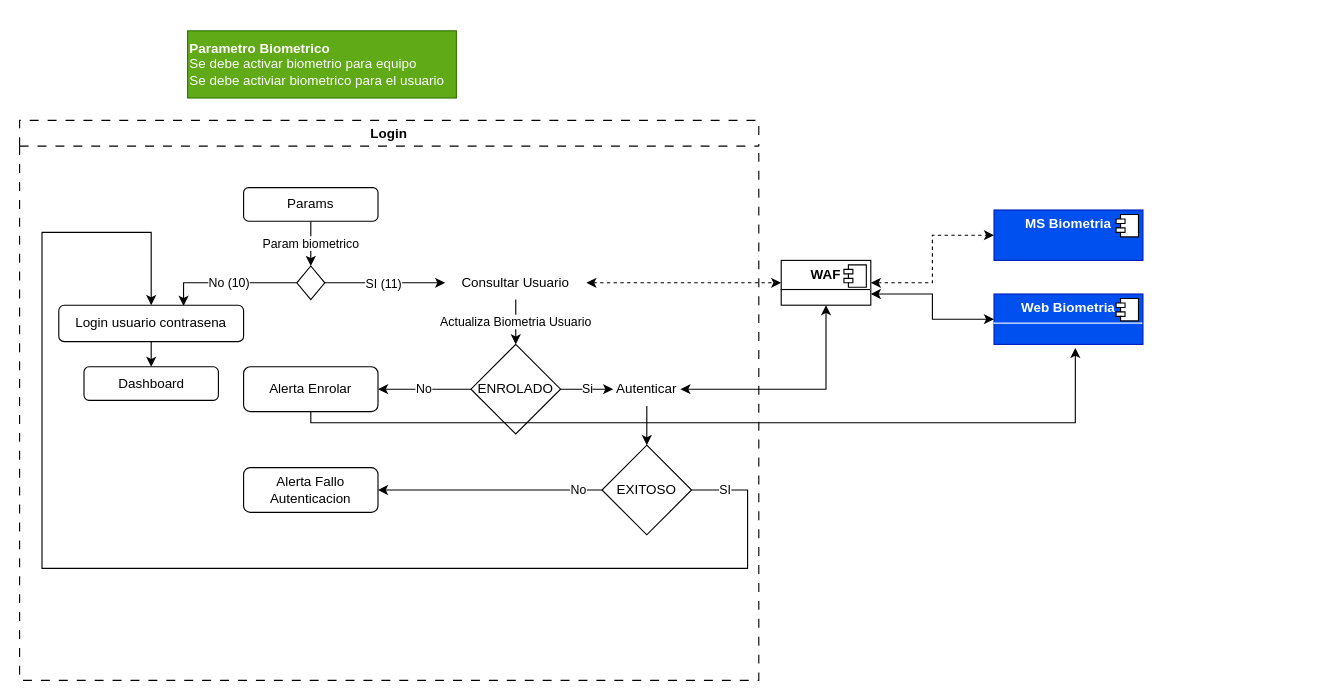
Earlier version of the draw.io diagram page "Login" (2 of 4) of Biometria.drawio (faberordonez1/diagramas). Source tidied: cells renumbered, new cells numbered last; positions are measured from the earlier drawing's top-left corner, leaving out a move shared by most shapes. Both pictures are drawn from the tidied source at 112%, with x=0, y=0 at pixel (19, 30).
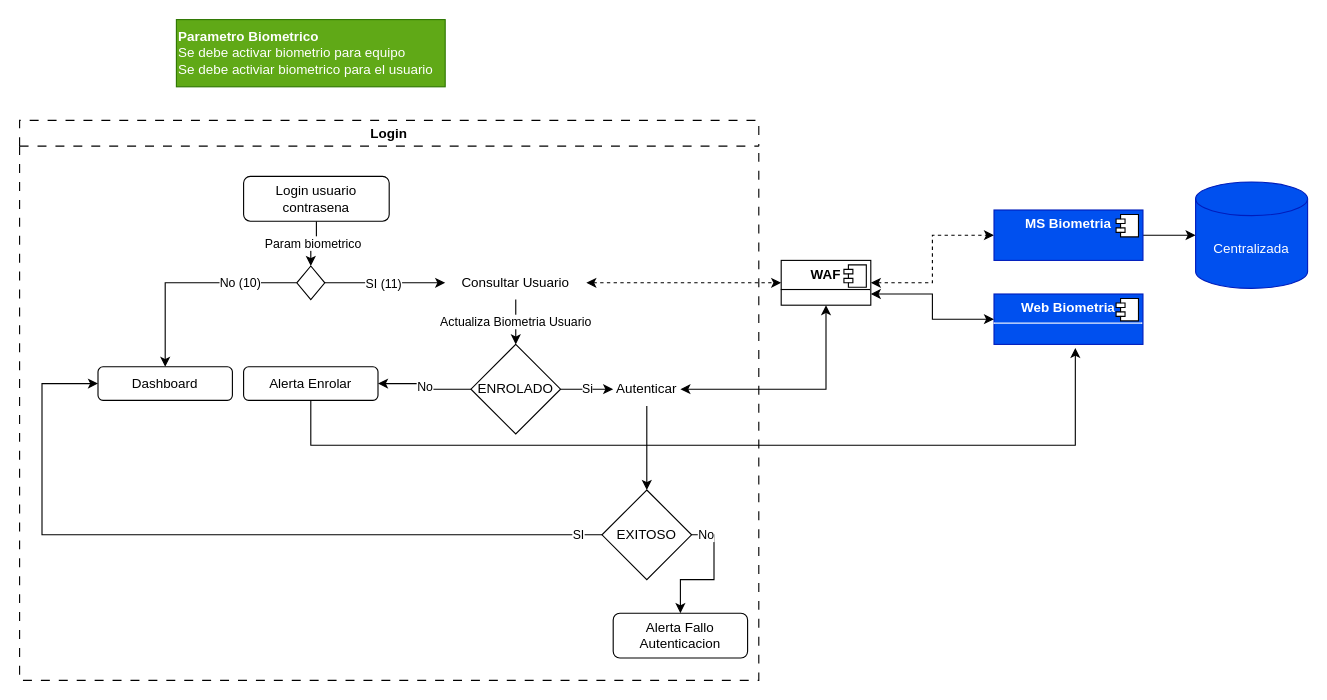
The same diagram, later.

The change refers to these unchanged cells:
```xml
<mxCell id="7" style="rhombus;whiteSpace=wrap;html=1;" parent="1" vertex="1">
  <mxGeometry x="247.5" y="210" width="25" height="30" as="geometry" />
</mxCell>
<mxCell id="10" value="&lt;p style=&quot;margin:0px;margin-top:6px;text-align:center;&quot;&gt;&lt;b&gt;Web Biometria&lt;/b&gt;&lt;/p&gt;&lt;hr size=&quot;1&quot; style=&quot;border-style:solid;&quot;&gt;&lt;p style=&quot;margin:0px;margin-left:8px;&quot;&gt;&lt;br&gt;&lt;/p&gt;" style="align=left;overflow=fill;html=1;whiteSpace=wrap;fillColor=#0050ef;fontColor=#ffffff;strokeColor=#001DBC;" parent="1" vertex="1">
  <mxGeometry x="870" y="235" width="133" height="45" as="geometry" />
</mxCell>
<mxCell id="18" value="&lt;p style=&quot;margin:0px;margin-top:6px;text-align:center;&quot;&gt;&lt;b&gt;MS Biometria&lt;/b&gt;&lt;/p&gt;" style="align=left;overflow=fill;html=1;whiteSpace=wrap;fillColor=#0050ef;fontColor=#ffffff;strokeColor=#001DBC;" parent="1" vertex="1">
  <mxGeometry x="870" y="160" width="133" height="45" as="geometry" />
</mxCell>
<mxCell id="34" value="Login" style="swimlane;whiteSpace=wrap;html=1;dashed=1;dashPattern=8 8;" parent="1" vertex="1">
  <mxGeometry y="80" width="660" height="500" as="geometry" />
</mxCell>
```

Diff of the diagram source:
```diff
@@
-    <mxCell id="3" value="Params" style="rounded=1;whiteSpace=wrap;html=1;" parent="1" vertex="1">
-      <mxGeometry x="200" y="140" width="120" height="30" as="geometry" />
+    <mxCell id="3" value="Login usuario contrasena" style="rounded=1;whiteSpace=wrap;html=1;" parent="1" vertex="1">
+      <mxGeometry x="200" y="130" width="130" height="40" as="geometry" />
     </mxCell>
-    <mxCell id="4" value="No (10)" style="edgeStyle=orthogonalEdgeStyle;rounded=0;jettySize=auto;html=1;entryX=0.675;entryY=0.019;entryDx=0;entryDy=0;entryPerimeter=0;" parent="1" edge="1" source="7" target="9">
-      <mxGeometry relative="1" as="geometry" />
+    <mxCell id="4" value="No (10)" style="edgeStyle=orthogonalEdgeStyle;rounded=0;jettySize=auto;html=1;entryX=0.5;entryY=0;entryDx=0;entryDy=0;" parent="1" edge="1" source="7" target="32">
+      <mxGeometry x="-0.46" relative="1" as="geometry">
+        <Array as="points">
+          <mxPoint x="130" y="225" />
+        </Array>
+        <mxPoint x="1" as="offset" />
+      </mxGeometry>
     </mxCell>
@@
-    <mxCell id="8" style="edgeStyle=orthogonalEdgeStyle;rounded=0;jettySize=auto;html=1;" parent="1" edge="1" source="9" target="32">
-      <mxGeometry relative="1" as="geometry" />
-    </mxCell>
-    <mxCell id="9" value="Login usuario contrasena" style="whiteSpace=wrap;html=1;rounded=1;" parent="1" vertex="1">
-      <mxGeometry x="35" y="245" width="165" height="32.5" as="geometry" />
-    </mxCell>
@@
+    <mxCell id="36" style="edgeStyle=orthogonalEdgeStyle;rounded=0;jettySize=auto;html=1;exitX=1;exitY=0.5;exitDx=0;exitDy=0;" parent="1" edge="1" source="18" target="37">
+      <mxGeometry relative="1" as="geometry" />
+    </mxCell>
@@
     <mxCell id="27" value="Alerta Enrolar" style="whiteSpace=wrap;html=1;rounded=1;" parent="1" vertex="1">
-      <mxGeometry x="200" y="300" width="120" height="40" as="geometry" />
+      <mxGeometry x="200" y="300" width="120" height="30" as="geometry" />
     </mxCell>
-    <mxCell id="28" value="SI" style="edgeStyle=orthogonalEdgeStyle;rounded=0;jettySize=auto;html=1;exitX=1;exitY=0.5;exitDx=0;exitDy=0;entryX=0.5;entryY=0;entryDx=0;entryDy=0;" parent="1" edge="1" source="30" target="9">
-      <mxGeometry x="-0.95" relative="1" as="geometry">
-        <Array as="points">
-          <mxPoint x="650" y="410" />
-          <mxPoint x="650" y="480" />
-          <mxPoint x="20" y="480" />
-          <mxPoint x="20" y="180" />
-          <mxPoint x="118" y="180" />
-        </Array>
-      </mxGeometry>
-    </mxCell>
-    <mxCell id="29" value="No" style="edgeStyle=orthogonalEdgeStyle;rounded=0;jettySize=auto;html=1;" parent="1" edge="1" source="30" target="31">
-      <mxGeometry x="-0.79" relative="1" as="geometry" />
-    </mxCell>
-    <mxCell id="30" value="EXITOSO" style="rhombus;whiteSpace=wrap;html=1;" parent="1" vertex="1">
-      <mxGeometry x="520" y="370" width="80" height="80" as="geometry" />
-    </mxCell>
-    <mxCell id="31" value="Alerta Fallo Autenticacion" style="whiteSpace=wrap;html=1;rounded=1;" parent="1" vertex="1">
-      <mxGeometry x="200" y="390" width="120" height="40" as="geometry" />
-    </mxCell>
-    <mxCell id="32" value="Dashboard" style="whiteSpace=wrap;html=1;rounded=1;" parent="1" vertex="1">
-      <mxGeometry x="57.5" y="300" width="120" height="30" as="geometry" />
-    </mxCell>
     <mxCell id="33" value="&lt;b&gt;&lt;font style=&quot;font-size: 12px;&quot;&gt;Parametro Biometrico&lt;/font&gt;&lt;/b&gt;&lt;div&gt;&lt;font style=&quot;font-size: 12px;&quot;&gt;Se debe activar biometrio para equipo&lt;br&gt;Se debe activiar biometrico para el usuario&lt;/font&gt;&lt;/div&gt;" style="text;html=1;whiteSpace=wrap;strokeColor=#2D7600;fillColor=#60a917;align=left;verticalAlign=middle;rounded=0;fontColor=#ffffff;" parent="1" vertex="1">
-      <mxGeometry x="150" width="240" height="60" as="geometry" />
+      <mxGeometry x="140" y="-10" width="240" height="60" as="geometry" />
     </mxCell>
@@
+    <mxCell id="31" value="Alerta Fallo Autenticacion" style="whiteSpace=wrap;html=1;rounded=1;" parent="34" vertex="1">
+      <mxGeometry x="530" y="440" width="120" height="40" as="geometry" />
+    </mxCell>
+    <mxCell id="30" value="EXITOSO" style="rhombus;whiteSpace=wrap;html=1;" parent="34" vertex="1">
+      <mxGeometry x="520" y="330" width="80" height="80" as="geometry" />
+    </mxCell>
+    <mxCell id="29" value="No" style="edgeStyle=orthogonalEdgeStyle;rounded=0;jettySize=auto;html=1;exitX=1;exitY=0.5;exitDx=0;exitDy=0;" parent="34" edge="1" source="30" target="31">
+      <mxGeometry x="-0.79" relative="1" as="geometry">
+        <Array as="points">
+          <mxPoint x="620" y="370" />
+          <mxPoint x="620" y="410" />
+          <mxPoint x="590" y="410" />
+        </Array>
+      </mxGeometry>
+    </mxCell>
+    <mxCell id="32" value="Dashboard" style="whiteSpace=wrap;html=1;rounded=1;" parent="34" vertex="1">
+      <mxGeometry x="70" y="220" width="120" height="30" as="geometry" />
+    </mxCell>
+    <mxCell id="28" value="SI" style="edgeStyle=orthogonalEdgeStyle;rounded=0;jettySize=auto;html=1;entryX=0;entryY=0.5;entryDx=0;entryDy=0;exitX=0;exitY=0.5;exitDx=0;exitDy=0;" parent="34" edge="1" source="30" target="32">
+      <mxGeometry x="-0.94" relative="1" as="geometry">
+        <Array as="points">
+          <mxPoint x="20" y="370" />
+          <mxPoint x="20" y="235" />
+        </Array>
+      </mxGeometry>
+    </mxCell>
     <mxCell id="35" style="edgeStyle=orthogonalEdgeStyle;rounded=0;jettySize=auto;html=1;exitX=0.5;exitY=1;exitDx=0;exitDy=0;entryX=0.546;entryY=1.07;entryDx=0;entryDy=0;entryPerimeter=0;" parent="1" edge="1" source="27" target="10">
       <mxGeometry relative="1" as="geometry">
         <Array as="points">
-          <mxPoint x="260" y="350" />
-          <mxPoint x="943" y="350" />
+          <mxPoint x="260" y="370" />
+          <mxPoint x="943" y="370" />
         </Array>
       </mxGeometry>
     </mxCell>
+    <mxCell id="37" value="Centralizada" style="shape=cylinder3;whiteSpace=wrap;html=1;boundedLbl=1;backgroundOutline=1;size=15;fillColor=#0050ef;fontColor=#ffffff;strokeColor=#001DBC;" parent="1" vertex="1">
+      <mxGeometry x="1050" y="135" width="100" height="95" as="geometry" />
+    </mxCell>
```
